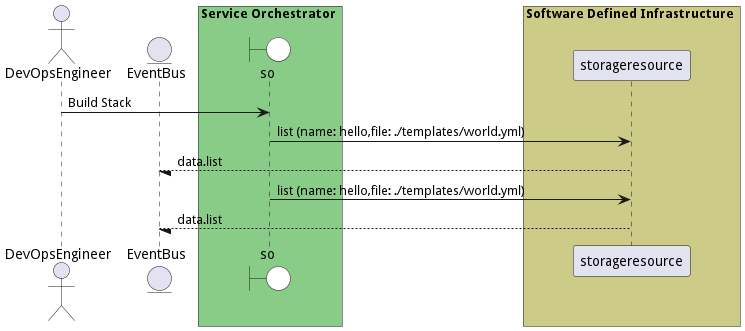
Above: docs/edgemere/sml/so/usecases/managestacks/BuildStack.png in madajaju/edgemere (PlantUML), before the change.
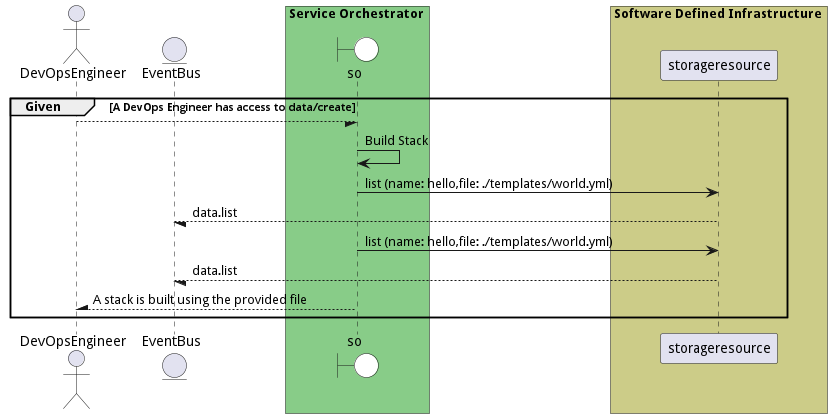
Above is the later version.

Diff of the diagram source:
```diff
@@ -1,4 +1,5 @@
 @startuml
+
 
 actor "DevOpsEngineer"
 
@@ -14,8 +15,10 @@
             participant storageresource
     end box
 
+group Given [A DevOps Engineer has access to data/create]
 
-"DevOpsEngineer" -> so: Build Stack
+"DevOpsEngineer" --/ so:
+"so" -> so: Build Stack
 
     so -> "storageresource": list (name: hello,file: ./templates/world.yml)
 
@@ -27,4 +30,9 @@
 
 
 
+"DevOpsEngineer" /-- so: A stack is built using the provided file
+
+
+end
+
 @enduml
```
